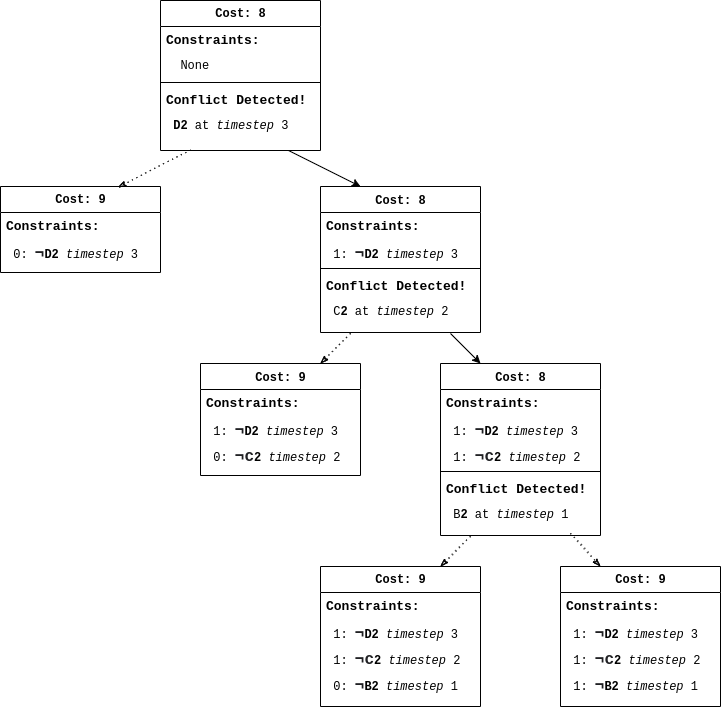
The draw.io diagram static/content/figures/CT_demo/standard_ct/Diagram_ct_standard_3.drawio.png in gloriyo/MAPF-demo, before a commit. Source tidied: cells renumbered, new cells last; positions are measured from the earlier drawing's top-left corner, leaving out a move shared by most shapes.
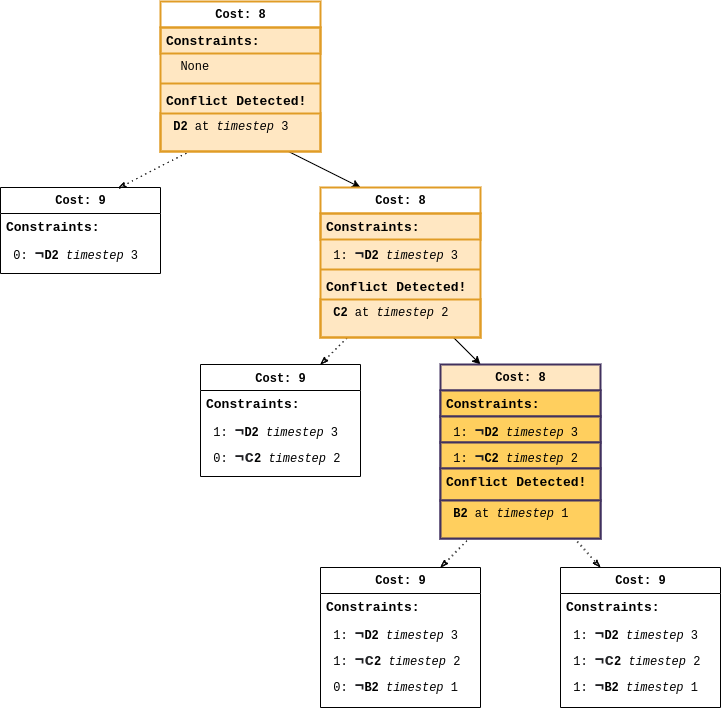
After the commit.

Change to the diagram source:
```diff
@@ -2,9 +2,10 @@
   <root>
     <mxCell id="0" />
     <mxCell id="1" parent="0" />
-    <mxCell id="2" style="edgeStyle=none;rounded=0;jettySize=auto;html=1;entryX=0.25;entryY=0;entryDx=0;entryDy=0;fontFamily=Courier New;" parent="1" edge="1" target="12">
+    <mxCell id="2" style="edgeStyle=none;rounded=0;orthogonalLoop=1;jettySize=auto;html=1;entryX=0.25;entryY=0;entryDx=0;entryDy=0;fontFamily=Courier New;" parent="1" edge="1">
       <mxGeometry relative="1" as="geometry">
         <mxPoint x="280" y="146" as="sourcePoint" />
+        <mxPoint x="360" y="186" as="targetPoint" />
       </mxGeometry>
     </mxCell>
     <mxCell id="3" value="Cost: 8" style="swimlane;html=1;fontStyle=1;align=center;verticalAlign=top;horizontal=1;startSize=26;swimlaneFillColor=#ffffff;rounded=0;shadow=0;comic=0;labelBackgroundColor=none;strokeWidth=1;fillColor=none;fontFamily=Courier New;fontSize=12;" parent="1" vertex="1">
@@ -25,7 +26,7 @@
     <mxCell id="8" value="&amp;nbsp;&lt;b&gt;D2&lt;/b&gt; at &lt;i&gt;timestep &lt;/i&gt;3&amp;nbsp;" style="text;html=1;strokeColor=none;fillColor=none;align=left;verticalAlign=top;spacingLeft=4;spacingRight=4;whiteSpace=wrap;overflow=hidden;fontFamily=Courier New;" parent="3" vertex="1">
       <mxGeometry y="112" width="160" height="38" as="geometry" />
     </mxCell>
-    <mxCell id="9" value="Cost: 9" style="swimlane;html=1;fontStyle=1;align=center;verticalAlign=top;horizontal=1;startSize=26;swimlaneFillColor=#ffffff;rounded=0;shadow=0;comic=0;labelBackgroundColor=none;strokeWidth=1;fillColor=none;fontFamily=Courier New;fontSize=12;" parent="1" vertex="1">
+    <mxCell id="9" value="Cost: 9" style="swimlane;html=1;fontStyle=1;align=center;verticalAlign=top;horizontal=1;startSize=26;swimlaneFillColor=#ffffff;rounded=0;shadow=0;comic=0;labelBackgroundColor=none;strokeWidth=1;fillColor=default;fontFamily=Courier New;fontSize=12;" parent="1" vertex="1">
       <mxGeometry y="186" width="160" height="86" as="geometry" />
     </mxCell>
     <mxCell id="10" value="Constraints:&amp;nbsp;" style="text;html=1;strokeColor=none;fillColor=none;align=left;verticalAlign=top;spacingLeft=4;spacingRight=4;whiteSpace=wrap;overflow=hidden;fontSize=13;fontStyle=1;fontFamily=Courier New;" parent="9" vertex="1">
@@ -34,25 +35,7 @@
     <mxCell id="11" value="&amp;nbsp;0:&amp;nbsp;&lt;b style=&quot;color: rgb(32 , 33 , 36) ; font-size: 16px ; background-color: rgb(255 , 255 , 255)&quot;&gt;¬&lt;/b&gt;&lt;b&gt;D2&amp;nbsp;&lt;/b&gt;&lt;i&gt;timestep&lt;/i&gt; 3&amp;nbsp;" style="text;html=1;strokeColor=none;fillColor=none;align=left;verticalAlign=top;spacingLeft=4;spacingRight=4;whiteSpace=wrap;overflow=hidden;fontFamily=Courier New;" parent="9" vertex="1">
       <mxGeometry y="52" width="160" height="26" as="geometry" />
     </mxCell>
-    <mxCell id="12" value="&lt;font style=&quot;font-size: 12px&quot;&gt;Cost: 8&lt;/font&gt;" style="swimlane;html=1;fontStyle=1;align=center;verticalAlign=top;horizontal=1;startSize=26;swimlaneFillColor=#ffffff;rounded=0;shadow=0;comic=0;labelBackgroundColor=none;strokeWidth=1;fillColor=none;fontFamily=Courier New;fontSize=13;" parent="1" vertex="1">
-      <mxGeometry x="320" y="186" width="160" height="146" as="geometry" />
-    </mxCell>
-    <mxCell id="13" value="Constraints:&amp;nbsp;" style="text;html=1;strokeColor=none;fillColor=none;align=left;verticalAlign=top;spacingLeft=4;spacingRight=4;whiteSpace=wrap;overflow=hidden;fontSize=13;fontStyle=1;fontFamily=Courier New;" parent="12" vertex="1">
-      <mxGeometry y="26" width="160" height="26" as="geometry" />
-    </mxCell>
-    <mxCell id="14" value="&amp;nbsp;1:&amp;nbsp;&lt;b style=&quot;color: rgb(32 , 33 , 36) ; font-size: 16px ; background-color: rgb(255 , 255 , 255)&quot;&gt;¬&lt;/b&gt;&lt;b&gt;D2&amp;nbsp;&lt;/b&gt;&lt;i&gt;timestep&lt;/i&gt;&amp;nbsp;3" style="text;html=1;strokeColor=none;fillColor=none;align=left;verticalAlign=top;spacingLeft=4;spacingRight=4;whiteSpace=wrap;overflow=hidden;fontFamily=Courier New;" parent="12" vertex="1">
-      <mxGeometry y="52" width="160" height="26" as="geometry" />
-    </mxCell>
-    <mxCell id="15" style="line;html=1;strokeWidth=1;fillColor=none;align=left;verticalAlign=middle;spacingTop=-1;spacingLeft=3;spacingRight=3;labelPosition=right;fontFamily=Courier New;" parent="12" vertex="1">
-      <mxGeometry y="78" width="160" height="8" as="geometry" />
-    </mxCell>
-    <mxCell id="16" value="Conflict Detected!" style="text;html=1;strokeColor=none;fillColor=none;align=left;verticalAlign=top;spacingLeft=4;spacingRight=4;whiteSpace=wrap;overflow=hidden;fontFamily=Courier New;fontStyle=1;fontSize=13;" parent="12" vertex="1">
-      <mxGeometry y="86" width="160" height="26" as="geometry" />
-    </mxCell>
-    <mxCell id="17" value="&amp;nbsp;C&lt;b&gt;2&lt;/b&gt; at &lt;i&gt;timestep&lt;/i&gt; 2&amp;nbsp;" style="text;html=1;strokeColor=none;fillColor=none;align=left;verticalAlign=top;spacingLeft=4;spacingRight=4;whiteSpace=wrap;overflow=hidden;fontFamily=Courier New;" parent="12" vertex="1">
-      <mxGeometry y="112" width="160" height="26" as="geometry" />
-    </mxCell>
-    <mxCell id="18" value="&lt;font style=&quot;font-size: 12px&quot;&gt;Cost: 9&lt;/font&gt;" style="swimlane;html=1;fontStyle=1;align=center;verticalAlign=top;horizontal=1;startSize=26;swimlaneFillColor=#ffffff;rounded=0;shadow=0;comic=0;labelBackgroundColor=none;strokeWidth=1;fillColor=none;fontFamily=Courier New;fontSize=13;" parent="1" vertex="1">
+    <mxCell id="18" value="&lt;font style=&quot;font-size: 12px&quot;&gt;Cost: 9&lt;/font&gt;" style="swimlane;html=1;fontStyle=1;align=center;verticalAlign=top;horizontal=1;startSize=26;swimlaneFillColor=#ffffff;rounded=0;shadow=0;comic=0;labelBackgroundColor=none;strokeWidth=1;fillColor=default;fontFamily=Courier New;fontSize=13;" parent="1" vertex="1">
       <mxGeometry x="200" y="363" width="160" height="112" as="geometry" />
     </mxCell>
     <mxCell id="19" value="Constraints:&amp;nbsp;" style="text;html=1;strokeColor=none;fillColor=none;align=left;verticalAlign=top;spacingLeft=4;spacingRight=4;whiteSpace=wrap;overflow=hidden;fontSize=13;fontStyle=1;fontFamily=Courier New;" parent="18" vertex="1">
@@ -64,28 +47,7 @@
     <mxCell id="21" value="&amp;nbsp;0:&amp;nbsp;&lt;b style=&quot;color: rgb(32 , 33 , 36) ; font-size: 16px ; background-color: rgb(255 , 255 , 255)&quot;&gt;¬c&lt;/b&gt;&lt;b&gt;2&lt;/b&gt;&amp;nbsp;&lt;i&gt;timestep&lt;/i&gt; 2&amp;nbsp;" style="text;html=1;strokeColor=none;fillColor=none;align=left;verticalAlign=top;spacingLeft=4;spacingRight=4;whiteSpace=wrap;overflow=hidden;fontFamily=Courier New;" parent="18" vertex="1">
       <mxGeometry y="78" width="160" height="26" as="geometry" />
     </mxCell>
-    <mxCell id="22" value="&lt;font style=&quot;font-size: 12px&quot;&gt;Cost: 8&lt;/font&gt;" style="swimlane;html=1;fontStyle=1;align=center;verticalAlign=top;horizontal=1;startSize=26;swimlaneFillColor=#ffffff;rounded=0;shadow=0;comic=0;labelBackgroundColor=none;strokeWidth=1;fillColor=none;fontFamily=Courier New;fontSize=13;" parent="1" vertex="1">
-      <mxGeometry x="440" y="363" width="160" height="172" as="geometry" />
-    </mxCell>
-    <mxCell id="23" value="Constraints:&amp;nbsp;" style="text;html=1;strokeColor=none;fillColor=none;align=left;verticalAlign=top;spacingLeft=4;spacingRight=4;whiteSpace=wrap;overflow=hidden;fontSize=13;fontStyle=1;fontFamily=Courier New;" parent="22" vertex="1">
-      <mxGeometry y="26" width="160" height="26" as="geometry" />
-    </mxCell>
-    <mxCell id="24" value="&amp;nbsp;1:&amp;nbsp;&lt;b style=&quot;color: rgb(32 , 33 , 36) ; font-size: 16px ; background-color: rgb(255 , 255 , 255)&quot;&gt;¬&lt;/b&gt;&lt;b&gt;D2&lt;/b&gt;&amp;nbsp;&lt;i&gt;timestep &lt;/i&gt;3&amp;nbsp;" style="text;html=1;strokeColor=none;fillColor=none;align=left;verticalAlign=top;spacingLeft=4;spacingRight=4;whiteSpace=wrap;overflow=hidden;fontFamily=Courier New;" parent="22" vertex="1">
-      <mxGeometry y="52" width="160" height="26" as="geometry" />
-    </mxCell>
-    <mxCell id="25" value="&amp;nbsp;1:&amp;nbsp;&lt;b style=&quot;color: rgb(32 , 33 , 36) ; font-size: 16px ; background-color: rgb(255 , 255 , 255)&quot;&gt;¬c&lt;/b&gt;&lt;b&gt;2&lt;/b&gt;&amp;nbsp;&lt;i&gt;timestep&lt;/i&gt; 2&amp;nbsp;" style="text;html=1;strokeColor=none;fillColor=none;align=left;verticalAlign=top;spacingLeft=4;spacingRight=4;whiteSpace=wrap;overflow=hidden;fontFamily=Courier New;" parent="22" vertex="1">
-      <mxGeometry y="78" width="160" height="26" as="geometry" />
-    </mxCell>
-    <mxCell id="26" style="line;html=1;strokeWidth=1;fillColor=none;align=left;verticalAlign=middle;spacingTop=-1;spacingLeft=3;spacingRight=3;labelPosition=right;fontFamily=Courier New;" parent="22" vertex="1">
-      <mxGeometry y="104" width="160" height="8" as="geometry" />
-    </mxCell>
-    <mxCell id="27" value="Conflict Detected!" style="text;html=1;strokeColor=none;fillColor=none;align=left;verticalAlign=top;spacingLeft=4;spacingRight=4;whiteSpace=wrap;overflow=hidden;fontFamily=Courier New;fontStyle=1;fontSize=13;" parent="22" vertex="1">
-      <mxGeometry y="112" width="160" height="26" as="geometry" />
-    </mxCell>
-    <mxCell id="28" value="&amp;nbsp;B&lt;b&gt;2&lt;/b&gt; at &lt;i&gt;timestep&lt;/i&gt; 1&amp;nbsp;" style="text;html=1;strokeColor=none;fillColor=none;align=left;verticalAlign=top;spacingLeft=4;spacingRight=4;whiteSpace=wrap;overflow=hidden;fontFamily=Courier New;" parent="22" vertex="1">
-      <mxGeometry y="138" width="160" height="26" as="geometry" />
-    </mxCell>
-    <mxCell id="29" value="Cost: 9" style="swimlane;html=1;fontStyle=1;align=center;verticalAlign=top;horizontal=1;startSize=26;swimlaneFillColor=#ffffff;rounded=0;shadow=0;comic=0;labelBackgroundColor=none;strokeWidth=1;fillColor=none;fontFamily=Courier New;fontSize=12;" parent="1" vertex="1">
+    <mxCell id="29" value="Cost: 9" style="swimlane;html=1;fontStyle=1;align=center;verticalAlign=top;horizontal=1;startSize=26;swimlaneFillColor=#ffffff;rounded=0;shadow=0;comic=0;labelBackgroundColor=none;strokeWidth=1;fillColor=default;fontFamily=Courier New;fontSize=12;" parent="1" vertex="1">
       <mxGeometry x="560" y="566" width="160" height="140" as="geometry" />
     </mxCell>
     <mxCell id="30" value="Constraints:&amp;nbsp;" style="text;html=1;strokeColor=none;fillColor=none;align=left;verticalAlign=top;spacingLeft=4;spacingRight=4;whiteSpace=wrap;overflow=hidden;fontSize=13;fontStyle=1;fontFamily=Courier New;" parent="29" vertex="1">
@@ -100,7 +62,7 @@
     <mxCell id="33" value="&amp;nbsp;1:&amp;nbsp;&lt;b style=&quot;color: rgb(32 , 33 , 36) ; font-size: 16px ; background-color: rgb(255 , 255 , 255)&quot;&gt;¬&lt;/b&gt;&lt;b&gt;B&lt;/b&gt;&lt;b&gt;2&lt;/b&gt;&amp;nbsp;&lt;i&gt;timestep&lt;/i&gt; 1" style="text;html=1;strokeColor=none;fillColor=none;align=left;verticalAlign=top;spacingLeft=4;spacingRight=4;whiteSpace=wrap;overflow=hidden;fontFamily=Courier New;" parent="29" vertex="1">
       <mxGeometry y="104" width="160" height="26" as="geometry" />
     </mxCell>
-    <mxCell id="34" value="Cost: 9" style="swimlane;html=1;fontStyle=1;align=center;verticalAlign=top;horizontal=1;startSize=26;swimlaneFillColor=#ffffff;rounded=0;shadow=0;comic=0;labelBackgroundColor=none;strokeWidth=1;fillColor=none;fontFamily=Courier New;fontSize=12;" parent="1" vertex="1">
+    <mxCell id="34" value="Cost: 9" style="swimlane;html=1;fontStyle=1;align=center;verticalAlign=top;horizontal=1;startSize=26;swimlaneFillColor=#ffffff;rounded=0;shadow=0;comic=0;labelBackgroundColor=none;strokeWidth=1;fillColor=default;fontFamily=Courier New;fontSize=12;" parent="1" vertex="1">
       <mxGeometry x="320" y="566" width="160" height="140" as="geometry" />
     </mxCell>
     <mxCell id="35" value="Constraints:&amp;nbsp;" style="text;html=1;strokeColor=none;fillColor=none;align=left;verticalAlign=top;spacingLeft=4;spacingRight=4;whiteSpace=wrap;overflow=hidden;fontSize=13;fontStyle=1;fontFamily=Courier New;" parent="34" vertex="1">
@@ -129,9 +91,10 @@
         <mxPoint x="117.4" y="187" as="targetPoint" />
       </mxGeometry>
     </mxCell>
-    <mxCell id="42" style="edgeStyle=none;rounded=0;jettySize=auto;html=1;entryX=0.25;entryY=0;entryDx=0;entryDy=0;fontFamily=Courier New;" parent="1" edge="1" target="22">
+    <mxCell id="42" style="edgeStyle=none;rounded=0;orthogonalLoop=1;jettySize=auto;html=1;entryX=0.25;entryY=0;entryDx=0;entryDy=0;fontFamily=Courier New;" parent="1" edge="1">
       <mxGeometry relative="1" as="geometry">
         <mxPoint x="450" y="333" as="sourcePoint" />
+        <mxPoint x="480" y="363" as="targetPoint" />
       </mxGeometry>
     </mxCell>
     <mxCell id="43" style="edgeStyle=none;rounded=0;orthogonalLoop=1;jettySize=auto;html=1;entryX=0.75;entryY=0;entryDx=0;entryDy=0;fontFamily=Courier New;dashed=1;endArrow=classicThin;endFill=0;sketch=1;dashPattern=1 4;" parent="1" edge="1">
@@ -145,5 +108,59 @@
         <mxPoint x="570" y="533" as="sourcePoint" />
       </mxGeometry>
     </mxCell>
+    <mxCell id="45" value="Cost: 8" style="swimlane;html=1;fontStyle=1;align=center;verticalAlign=top;horizontal=1;startSize=26;swimlaneFillColor=#FFE7C2;rounded=0;shadow=0;comic=0;labelBackgroundColor=none;strokeWidth=2;fillColor=default;fontFamily=Courier New;fontSize=12;strokeColor=#E09C26;" parent="1" vertex="1">
+      <mxGeometry x="160" width="160" height="150" as="geometry" />
+    </mxCell>
+    <mxCell id="46" value="Constraints:&amp;nbsp;" style="text;html=1;strokeColor=#E09C26;fillColor=none;align=left;verticalAlign=top;spacingLeft=4;spacingRight=4;whiteSpace=wrap;overflow=hidden;fontSize=13;fontStyle=1;fontFamily=Courier New;swimlaneFillColor=#FFE7C2;strokeWidth=2;" parent="45" vertex="1">
+      <mxGeometry y="26" width="160" height="26" as="geometry" />
+    </mxCell>
+    <mxCell id="47" value="&amp;nbsp; None" style="text;html=1;strokeColor=none;fillColor=none;align=left;verticalAlign=top;spacingLeft=4;spacingRight=4;whiteSpace=wrap;overflow=hidden;fontFamily=Courier New;swimlaneFillColor=#FFE7C2;strokeWidth=2;" parent="45" vertex="1">
+      <mxGeometry y="52" width="160" height="26" as="geometry" />
+    </mxCell>
+    <mxCell id="48" style="line;html=1;strokeWidth=2;fillColor=none;align=left;verticalAlign=middle;spacingTop=-1;spacingLeft=3;spacingRight=3;labelPosition=right;fontFamily=Courier New;swimlaneFillColor=#FFE7C2;strokeColor=#E09C26;" parent="45" vertex="1">
+      <mxGeometry y="78" width="160" height="8" as="geometry" />
+    </mxCell>
+    <mxCell id="49" value="Conflict Detected!" style="text;html=1;strokeColor=none;fillColor=none;align=left;verticalAlign=top;spacingLeft=4;spacingRight=4;whiteSpace=wrap;overflow=hidden;fontFamily=Courier New;fontStyle=1;fontSize=13;swimlaneFillColor=#FFE7C2;strokeWidth=2;" parent="45" vertex="1">
+      <mxGeometry y="86" width="160" height="26" as="geometry" />
+    </mxCell>
+    <mxCell id="50" value="&amp;nbsp;&lt;b&gt;D2&lt;/b&gt; at &lt;i&gt;timestep &lt;/i&gt;3&amp;nbsp;" style="text;html=1;strokeColor=#E09C26;fillColor=none;align=left;verticalAlign=top;spacingLeft=4;spacingRight=4;whiteSpace=wrap;overflow=hidden;fontFamily=Courier New;swimlaneFillColor=#FFE7C2;strokeWidth=2;" parent="45" vertex="1">
+      <mxGeometry y="112" width="160" height="38" as="geometry" />
+    </mxCell>
+    <mxCell id="51" value="Cost: 8" style="swimlane;html=1;fontStyle=1;align=center;verticalAlign=top;horizontal=1;startSize=26;swimlaneFillColor=#FFE7C2;rounded=0;shadow=0;comic=0;labelBackgroundColor=none;strokeWidth=2;fillColor=default;fontFamily=Courier New;fontSize=12;strokeColor=#E09C26;" parent="1" vertex="1">
+      <mxGeometry x="320" y="186" width="160" height="150" as="geometry" />
+    </mxCell>
+    <mxCell id="52" value="Constraints:&amp;nbsp;" style="text;html=1;strokeColor=#E09C26;fillColor=none;align=left;verticalAlign=top;spacingLeft=4;spacingRight=4;whiteSpace=wrap;overflow=hidden;fontSize=13;fontStyle=1;fontFamily=Courier New;swimlaneFillColor=#FFE7C2;strokeWidth=2;" parent="51" vertex="1">
+      <mxGeometry y="26" width="160" height="26" as="geometry" />
+    </mxCell>
+    <mxCell id="53" value="&amp;nbsp;1:&amp;nbsp;&lt;b style=&quot;color: rgb(32 , 33 , 36) ; font-size: 16px ; background-color: rgb(255 , 231 , 194)&quot;&gt;¬&lt;/b&gt;&lt;b&gt;D2&amp;nbsp;&lt;/b&gt;&lt;i&gt;timestep&lt;/i&gt;&amp;nbsp;3" style="text;html=1;strokeColor=none;fillColor=none;align=left;verticalAlign=top;spacingLeft=4;spacingRight=4;whiteSpace=wrap;overflow=hidden;fontFamily=Courier New;swimlaneFillColor=#FFE7C2;strokeWidth=2;" parent="51" vertex="1">
+      <mxGeometry y="52" width="160" height="26" as="geometry" />
+    </mxCell>
+    <mxCell id="54" style="line;html=1;strokeWidth=2;fillColor=none;align=left;verticalAlign=middle;spacingTop=-1;spacingLeft=3;spacingRight=3;labelPosition=right;fontFamily=Courier New;swimlaneFillColor=#FFE7C2;strokeColor=#E09C26;" parent="51" vertex="1">
+      <mxGeometry y="78" width="160" height="8" as="geometry" />
+    </mxCell>
+    <mxCell id="55" value="Conflict Detected!" style="text;html=1;strokeColor=none;fillColor=none;align=left;verticalAlign=top;spacingLeft=4;spacingRight=4;whiteSpace=wrap;overflow=hidden;fontFamily=Courier New;fontStyle=1;fontSize=13;swimlaneFillColor=#FFE7C2;strokeWidth=2;" parent="51" vertex="1">
+      <mxGeometry y="86" width="160" height="26" as="geometry" />
+    </mxCell>
+    <mxCell id="56" value="&amp;nbsp;&lt;b&gt;C2&lt;/b&gt;&amp;nbsp;at&amp;nbsp;&lt;i&gt;timestep&lt;/i&gt;&amp;nbsp;2&amp;nbsp;" style="text;html=1;strokeColor=#E09C26;fillColor=none;align=left;verticalAlign=top;spacingLeft=4;spacingRight=4;whiteSpace=wrap;overflow=hidden;fontFamily=Courier New;swimlaneFillColor=#FFE7C2;strokeWidth=2;" parent="51" vertex="1">
+      <mxGeometry y="112" width="160" height="38" as="geometry" />
+    </mxCell>
+    <mxCell id="57" value="Cost: 8" style="swimlane;html=1;fontStyle=1;align=center;verticalAlign=top;horizontal=1;startSize=26;swimlaneFillColor=#FFCF5E;rounded=0;shadow=0;comic=0;labelBackgroundColor=none;strokeWidth=2;fillColor=#FFE7C2;fontFamily=Courier New;fontSize=12;strokeColor=#41315E;" parent="1" vertex="1">
+      <mxGeometry x="440" y="363" width="160" height="174" as="geometry" />
+    </mxCell>
+    <mxCell id="58" value="Constraints:&amp;nbsp;" style="text;html=1;strokeColor=#41315E;fillColor=#FFCF5E;align=left;verticalAlign=top;spacingLeft=4;spacingRight=4;whiteSpace=wrap;overflow=hidden;fontSize=13;fontStyle=1;fontFamily=Courier New;swimlaneFillColor=#FFCF5E;strokeWidth=2;" parent="57" vertex="1">
+      <mxGeometry y="26" width="160" height="26" as="geometry" />
+    </mxCell>
+    <mxCell id="59" value="&lt;span style=&quot;background-color: rgb(255 , 207 , 94)&quot;&gt;&amp;nbsp;1:&amp;nbsp;&lt;b style=&quot;color: rgb(32 , 33 , 36) ; font-size: 16px&quot;&gt;¬&lt;/b&gt;&lt;b&gt;D2&amp;nbsp;&lt;/b&gt;&lt;i&gt;timestep&lt;/i&gt;&amp;nbsp;3&lt;/span&gt;" style="text;html=1;strokeColor=#41315E;fillColor=#FFCF5E;align=left;verticalAlign=top;spacingLeft=4;spacingRight=4;whiteSpace=wrap;overflow=hidden;fontFamily=Courier New;swimlaneFillColor=#FFCF5E;strokeWidth=2;" parent="57" vertex="1">
+      <mxGeometry y="52" width="160" height="26" as="geometry" />
+    </mxCell>
+    <mxCell id="60" value="&amp;nbsp;1:&amp;nbsp;&lt;b&gt;&lt;font color=&quot;#202124&quot;&gt;&lt;span style=&quot;font-size: 16px ; background-color: rgb(255 , 207 , 94)&quot;&gt;¬&lt;/span&gt;&lt;/font&gt;&lt;/b&gt;&lt;b&gt;C&lt;/b&gt;&lt;b&gt;2&lt;/b&gt;&amp;nbsp;&lt;i&gt;timestep&lt;/i&gt; 2&amp;nbsp;" style="text;html=1;strokeColor=#41315E;fillColor=#FFCF5E;align=left;verticalAlign=top;spacingLeft=4;spacingRight=4;whiteSpace=wrap;overflow=hidden;fontFamily=Courier New;swimlaneFillColor=#FFCF5E;strokeWidth=2;" parent="57" vertex="1">
+      <mxGeometry y="78" width="160" height="26" as="geometry" />
+    </mxCell>
+    <mxCell id="61" value="Conflict Detected!" style="text;html=1;strokeColor=#41315E;fillColor=#FFCF5E;align=left;verticalAlign=top;spacingLeft=4;spacingRight=4;whiteSpace=wrap;overflow=hidden;fontFamily=Courier New;fontStyle=1;fontSize=13;swimlaneFillColor=#FFCF5E;strokeWidth=2;" parent="57" vertex="1">
+      <mxGeometry y="104" width="160" height="32" as="geometry" />
+    </mxCell>
+    <mxCell id="62" value="&amp;nbsp;&lt;b&gt;B2&lt;/b&gt;&amp;nbsp;at&amp;nbsp;&lt;i&gt;timestep&lt;/i&gt;&amp;nbsp;1&amp;nbsp;" style="text;html=1;strokeColor=#41315E;fillColor=#FFCF5E;align=left;verticalAlign=top;spacingLeft=4;spacingRight=4;whiteSpace=wrap;overflow=hidden;fontFamily=Courier New;swimlaneFillColor=#FFCF5E;strokeWidth=2;" parent="57" vertex="1">
+      <mxGeometry y="136" width="160" height="38" as="geometry" />
+    </mxCell>
   </root>
 </mxGraphModel>
```
